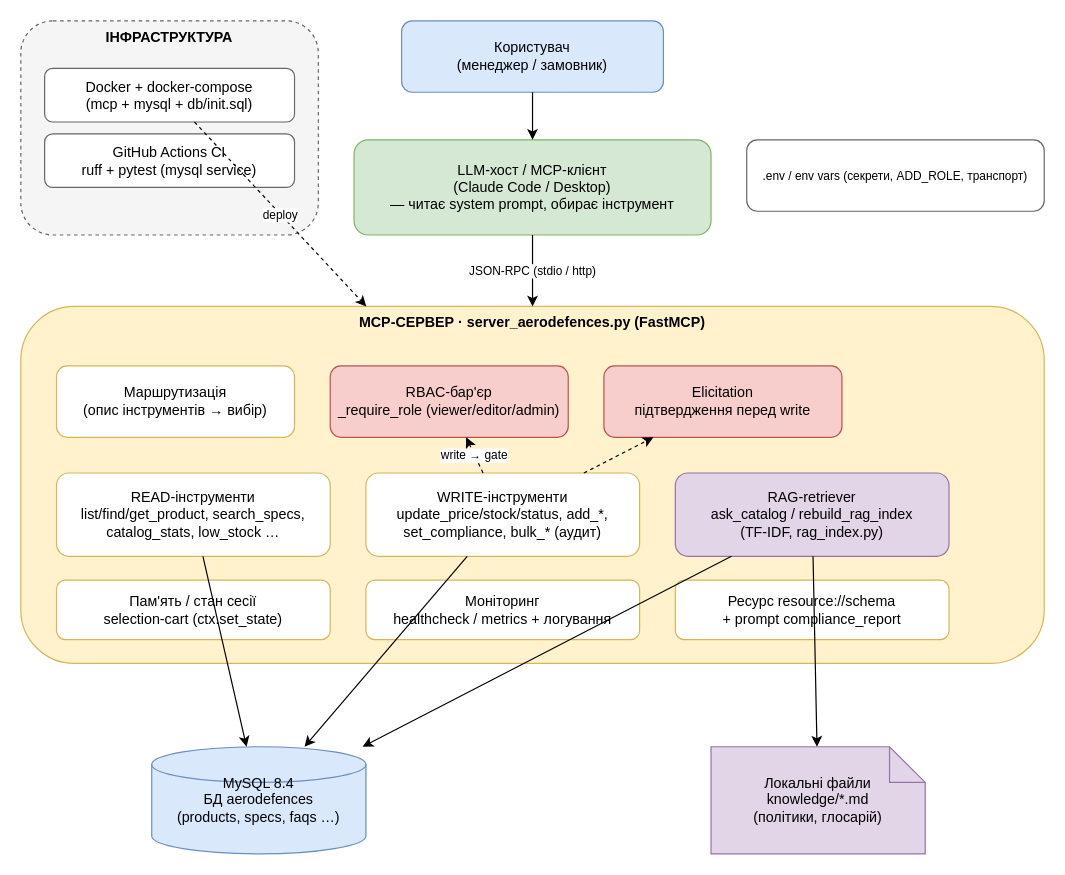
This is architecture.drawio from irinazagrebelnaya6/aerodefences-mcp, a draw.io file, before an edit. Source tidied: cells renumbered, new cells numbered last; positions are measured from the earlier drawing's top-left corner, leaving out a move shared by most shapes. Both pictures are drawn from the tidied source at 119%, with x=0, y=0 at pixel (20, 20).
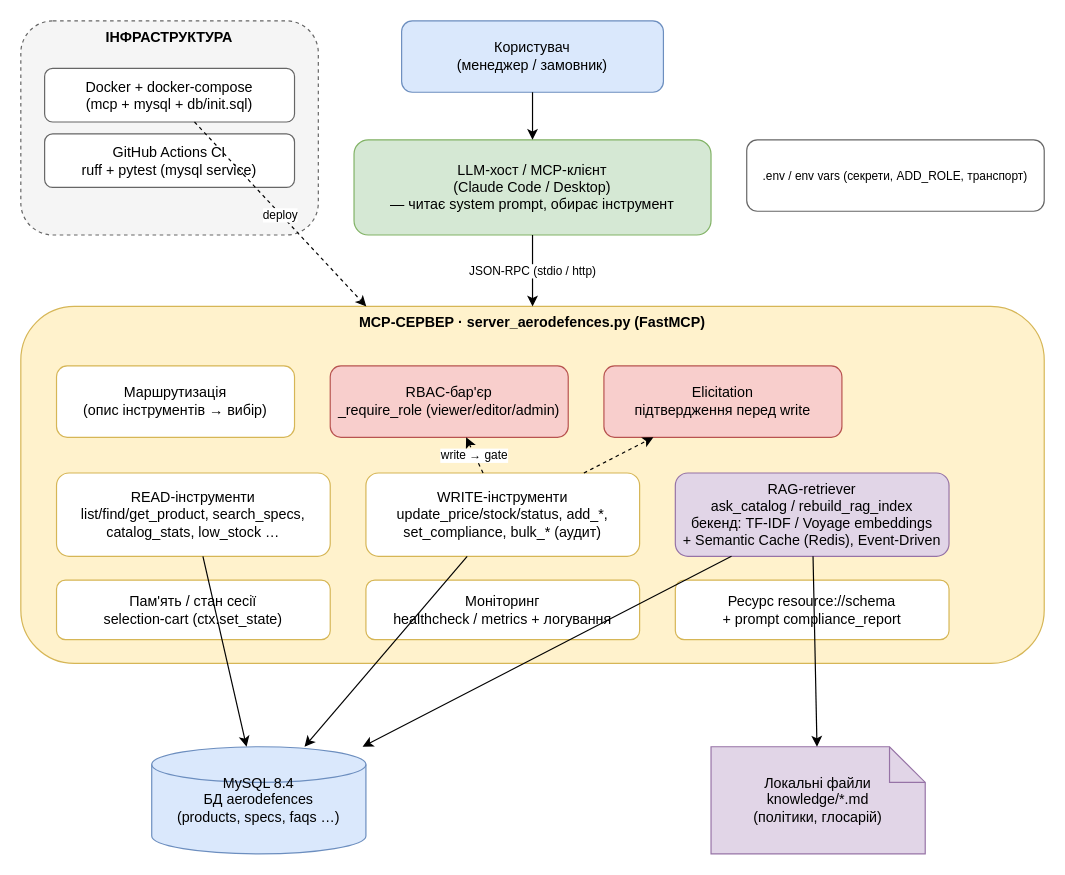
The same diagram, later.

Commit message (it also covers changes not shown here):
docs(rag): reflect embeddings + microservice LLM patterns in README/ARCHITECTURE/diagram

Change to the diagram source:
```diff
@@
-    <mxCell id="10" value="RAG-retriever&#10;ask_catalog / rebuild_rag_index&#10;(TF-IDF, rag_index.py)" style="rounded=1;whiteSpace=wrap;html=1;fillColor=#e1d5e7;strokeColor=#9673a6;" parent="1" vertex="1">
+    <mxCell id="10" value="RAG-retriever&#10;ask_catalog / rebuild_rag_index&#10;бекенд: TF-IDF / Voyage embeddings&#10;+ Semantic Cache (Redis), Event-Driven" style="rounded=1;whiteSpace=wrap;html=1;fillColor=#e1d5e7;strokeColor=#9673a6;" parent="1" vertex="1">
       <mxGeometry x="550" y="380" width="230" height="70" as="geometry" />
     </mxCell>
```
